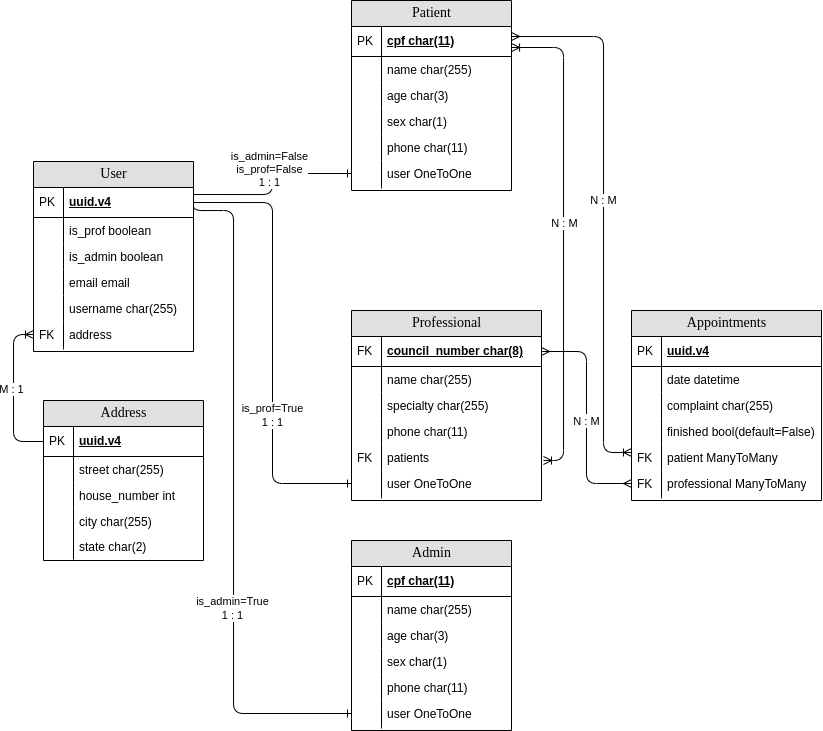
This is kenzie_doc_django.drawio.png from AndreKuratomi/kenzie_doc_django, a draw.io export, as it was before one commit. Source tidied: cells renumbered, new cells last; positions are measured from the earlier drawing's top-left corner, leaving out a move shared by most shapes.
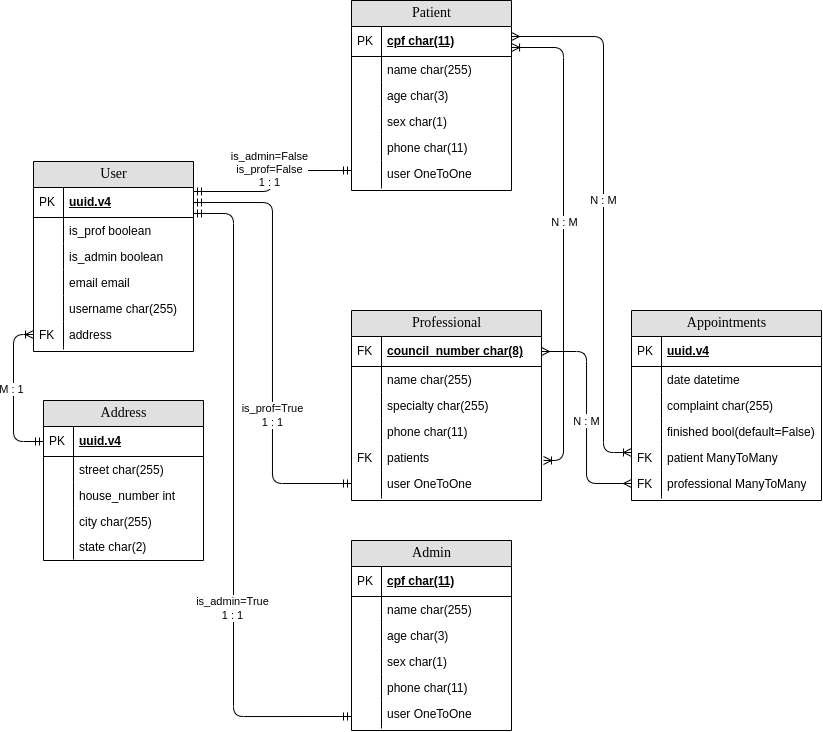
Later version of the same file.

Commit message:
docs: diagram updated with straight lines

The edit, as a diff of the source:
```diff
@@ -86,7 +86,7 @@
     <mxCell id="29" style="shape=partialRectangle;top=0;left=0;bottom=0;html=1;fillColor=none;align=left;verticalAlign=top;spacingLeft=4;spacingRight=4;whiteSpace=wrap;overflow=hidden;" parent="28" vertex="1">
       <mxGeometry width="30" height="26" as="geometry" />
     </mxCell>
-    <mxCell id="30" style="edgeStyle=orthogonalEdgeStyle;rounded=1;jettySize=auto;html=1;entryX=0;entryY=0.5;entryDx=0;entryDy=0;curved=0;endArrow=ERoneToMany;endFill=0;" parent="1" edge="1" source="3" target="24">
+    <mxCell id="30" style="edgeStyle=orthogonalEdgeStyle;rounded=1;jettySize=auto;html=1;entryX=0;entryY=0.5;entryDx=0;entryDy=0;curved=0;endArrow=ERoneToMany;endFill=0;startArrow=ERmandOne;startFill=0;" parent="1" edge="1" source="3" target="24">
       <mxGeometry relative="1" as="geometry" />
     </mxCell>
     <mxCell id="31" value="M : 1" style="edgeLabel;html=1;align=center;verticalAlign=middle;" parent="30" vertex="1">
@@ -298,30 +298,33 @@
         <mxPoint x="2" as="offset" />
       </mxGeometry>
     </mxCell>
-    <mxCell id="97" style="edgeStyle=orthogonalEdgeStyle;rounded=1;jettySize=auto;html=1;exitX=1;exitY=0.5;exitDx=0;exitDy=0;entryX=0;entryY=0.5;entryDx=0;entryDy=0;curved=0;endArrow=ERone;endFill=0;" parent="1" edge="1" source="14" target="73">
+    <mxCell id="97" style="edgeStyle=orthogonalEdgeStyle;rounded=1;orthogonalLoop=1;jettySize=auto;html=1;entryX=0;entryY=0.5;entryDx=0;entryDy=0;curved=0;endArrow=ERmandOne;endFill=0;startArrow=ERmandOne;startFill=0;" parent="1" edge="1">
       <mxGeometry relative="1" as="geometry">
+        <mxPoint x="160" y="213" as="sourcePoint" />
+        <mxPoint x="318" y="716" as="targetPoint" />
         <Array as="points">
-          <mxPoint x="160" y="210" />
-          <mxPoint x="200" y="210" />
-          <mxPoint x="200" y="713" />
+          <mxPoint x="160" y="213" />
+          <mxPoint x="200" y="213" />
+          <mxPoint x="200" y="716" />
         </Array>
       </mxGeometry>
     </mxCell>
     <mxCell id="98" value="&lt;div&gt;is_admin=True&lt;/div&gt;1 : 1" style="edgeLabel;html=1;align=center;verticalAlign=middle;" parent="1" vertex="1">
       <mxGeometry x="199" y="607.7" as="geometry" />
     </mxCell>
-    <mxCell id="99" style="edgeStyle=orthogonalEdgeStyle;rounded=1;jettySize=auto;html=1;exitX=1;exitY=0.5;exitDx=0;exitDy=0;entryX=0;entryY=0.5;entryDx=0;entryDy=0;curved=0;endArrow=ERone;endFill=0;" parent="1" edge="1" source="14" target="58">
+    <mxCell id="99" style="edgeStyle=orthogonalEdgeStyle;rounded=1;jettySize=auto;html=1;exitX=1;exitY=0.5;exitDx=0;exitDy=0;entryX=0;entryY=0.5;entryDx=0;entryDy=0;curved=0;endArrow=ERmandOne;endFill=0;startArrow=ERmandOne;startFill=0;" parent="1" edge="1" source="14" target="58">
       <mxGeometry relative="1" as="geometry" />
     </mxCell>
     <mxCell id="100" value="&lt;div&gt;is_prof=True&lt;/div&gt;1 : 1" style="edgeLabel;html=1;align=center;verticalAlign=middle;" parent="1" vertex="1">
       <mxGeometry x="239" y="414.9" as="geometry" />
     </mxCell>
-    <mxCell id="101" style="edgeStyle=orthogonalEdgeStyle;rounded=1;jettySize=auto;html=1;entryX=0;entryY=0.5;entryDx=0;entryDy=0;curved=0;endArrow=ERone;endFill=0;" parent="1" edge="1" target="43">
+    <mxCell id="101" style="edgeStyle=orthogonalEdgeStyle;rounded=1;orthogonalLoop=1;jettySize=auto;html=1;entryX=0;entryY=0.5;entryDx=0;entryDy=0;curved=0;endArrow=ERmandOne;endFill=0;startArrow=ERmandOne;startFill=0;" parent="1" edge="1">
       <mxGeometry relative="1" as="geometry">
-        <mxPoint x="160" y="194" as="sourcePoint" />
+        <mxPoint x="160" y="191" as="sourcePoint" />
+        <mxPoint x="318" y="170" as="targetPoint" />
         <Array as="points">
-          <mxPoint x="239" y="194" />
-          <mxPoint x="239" y="173" />
+          <mxPoint x="239" y="191" />
+          <mxPoint x="239" y="170" />
         </Array>
       </mxGeometry>
     </mxCell>
```
